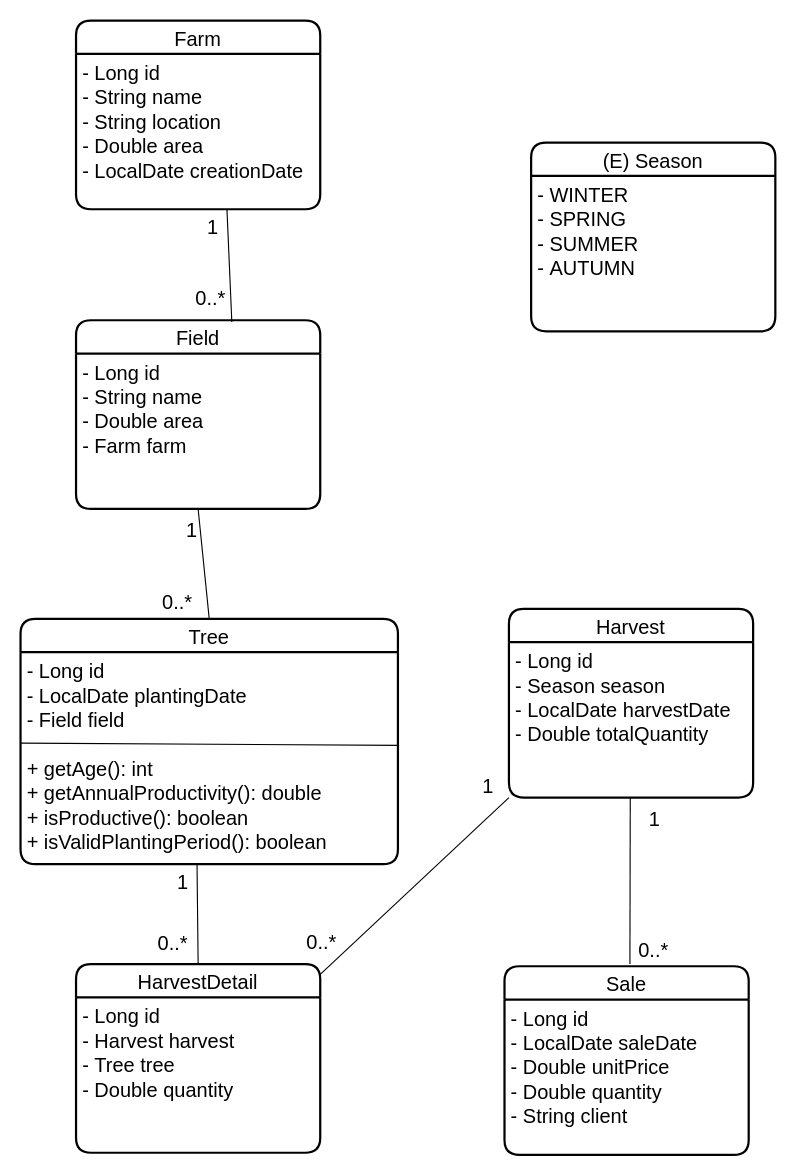
Before: conception/ClassDiagram.drawio in salekelfahim/Citronix, a draw.io diagram. Source tidied: cells renumbered, new cells numbered last; positions are measured from the earlier drawing's top-left corner, leaving out a move shared by most shapes. Both pictures are drawn from the tidied source at 111%, with x=0, y=0 at pixel (20, 20).
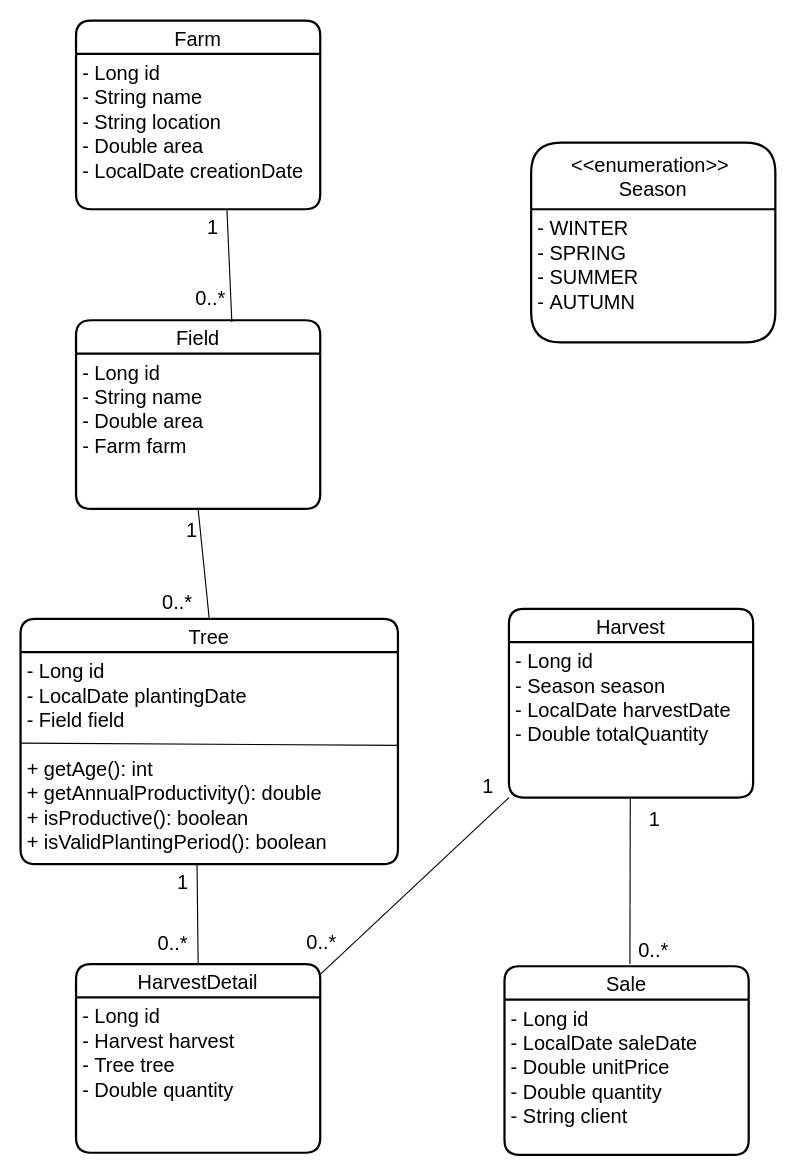
After the change.

What changed in the source:
```diff
@@
-    <mxCell id="15" value="(E) Season " style="swimlane;horizontal=1;startSize=30;rounded=1;fontSize=18;fontStyle=0;strokeWidth=2;shadow=0;dashed=0;align=center;" parent="1" vertex="1">
-      <mxGeometry x="460" y="110" width="220" height="170" as="geometry" />
+    <mxCell id="15" value="&lt;&lt;enumeration&gt;&gt; &#10;Season " style="swimlane;horizontal=1;startSize=60;rounded=1;fontSize=18;fontStyle=0;strokeWidth=2;shadow=0;dashed=0;align=center;" parent="1" vertex="1">
+      <mxGeometry x="460" y="110" width="220" height="180" as="geometry" />
     </mxCell>
     <mxCell id="16" value="- WINTER&#10;- SPRING&#10;- SUMMER&#10;- AUTUMN" style="align=left;strokeColor=none;fillColor=none;spacingLeft=4;fontSize=18;verticalAlign=top;" parent="15" vertex="1">
-      <mxGeometry y="30" width="220" height="140" as="geometry" />
+      <mxGeometry y="60" width="220" height="120" as="geometry" />
     </mxCell>
```
